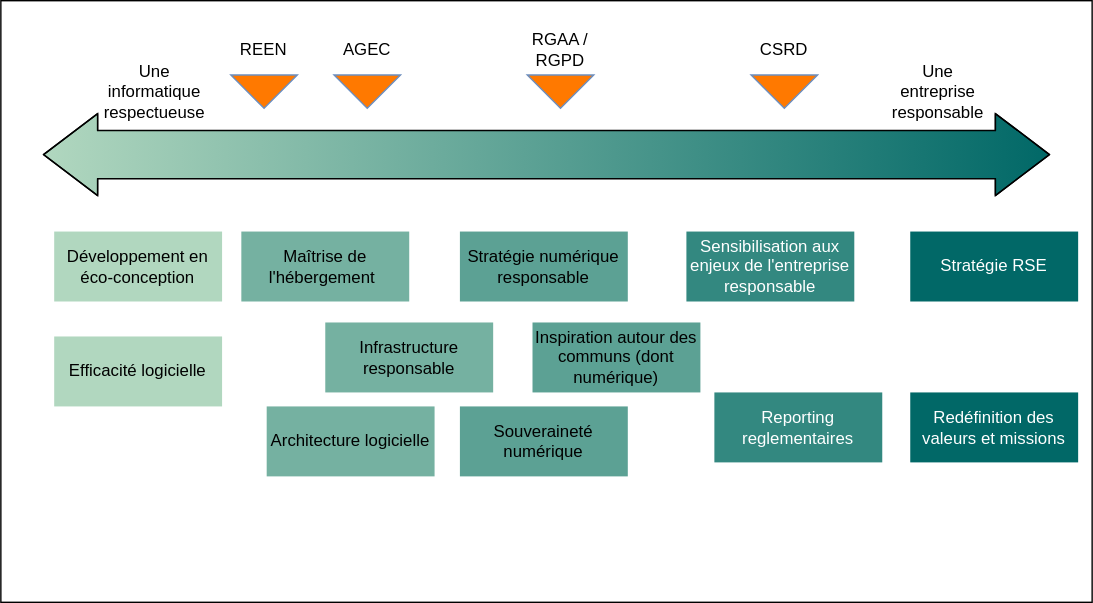
Above: static/img/expertises.drawio.svg in marc-bouvier/svelte-i18n-json-at-html (draw.io), before the change. Source tidied: cells renumbered, new cells last; positions are measured from the earlier drawing's top-left corner, leaving out a move shared by most shapes.
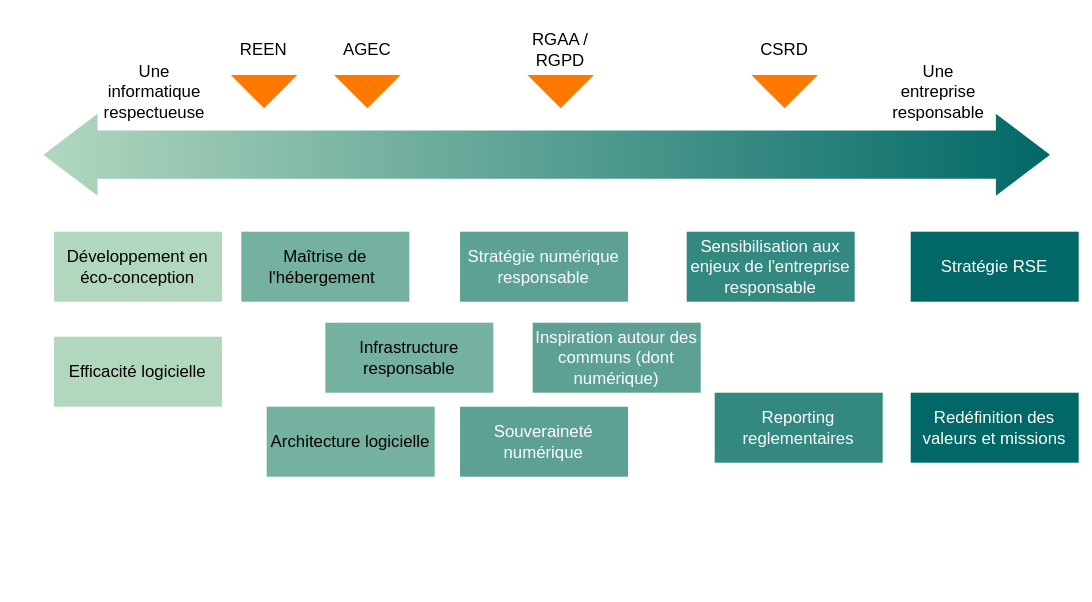
The same file after the commit.

Commit message:
fix: continuum : remove borders and improve text contrasts

Diff of the diagram source:
```diff
@@ -2,10 +2,10 @@
   <root>
     <mxCell id="0" />
     <mxCell id="1" parent="0" />
-    <mxCell id="2" style="rounded=0;whiteSpace=wrap;html=1;" parent="1" vertex="1">
+    <mxCell id="2" style="rounded=0;whiteSpace=wrap;html=1;strokeColor=none;" parent="1" vertex="1">
       <mxGeometry width="780" height="430" as="geometry" />
     </mxCell>
-    <mxCell id="3" style="shape=flexArrow;endArrow=classic;startArrow=classic;html=1;rounded=0;fillColor=#B1D7BF;gradientColor=#016867;gradientDirection=east;width=34.48275862068966;endSize=12.553333333333333;endWidth=23.115338882282995;startWidth=23.115338882282995;startSize=12.553333333333333;" parent="1" edge="1">
+    <mxCell id="3" style="shape=flexArrow;endArrow=classic;startArrow=classic;html=1;rounded=0;fillColor=#B1D7BF;gradientColor=#016867;gradientDirection=east;width=34.48275862068966;endSize=12.553333333333333;endWidth=23.115338882282995;startWidth=23.115338882282995;startSize=12.553333333333333;strokeColor=none;" parent="1" edge="1">
       <mxGeometry relative="1" as="geometry">
         <mxPoint x="750" y="110" as="sourcePoint" />
         <mxPoint x="30" y="110" as="targetPoint" />
@@ -14,34 +14,34 @@
         </Array>
       </mxGeometry>
     </mxCell>
-    <mxCell id="4" value="Une informatique respectueuse" style="text;html=1;align=center;verticalAlign=middle;whiteSpace=wrap;rounded=0;" parent="1" vertex="1">
+    <mxCell id="4" value="Une informatique respectueuse" style="text;html=1;align=center;verticalAlign=middle;whiteSpace=wrap;rounded=0;strokeColor=none;" parent="1" vertex="1">
       <mxGeometry x="80" y="50" width="60" height="30" as="geometry" />
     </mxCell>
-    <mxCell id="5" value="Une entreprise responsable" style="text;html=1;align=center;verticalAlign=middle;whiteSpace=wrap;rounded=0;" parent="1" vertex="1">
+    <mxCell id="5" value="Une entreprise responsable" style="text;html=1;align=center;verticalAlign=middle;whiteSpace=wrap;rounded=0;strokeColor=none;" parent="1" vertex="1">
       <mxGeometry x="640" y="50" width="60" height="30" as="geometry" />
     </mxCell>
-    <mxCell id="6" style="triangle;whiteSpace=wrap;html=1;rotation=-90;fillColor=#FF7900;strokeColor=#6c8ebf;direction=west;" parent="1" vertex="1">
+    <mxCell id="6" style="triangle;whiteSpace=wrap;html=1;rotation=-90;fillColor=#FF7900;strokeColor=none;direction=west;" parent="1" vertex="1">
       <mxGeometry x="176.3" y="41.2" width="23.8" height="47.5" as="geometry" />
     </mxCell>
-    <mxCell id="7" value="REEN" style="text;html=1;align=center;verticalAlign=middle;whiteSpace=wrap;rounded=0;" parent="1" vertex="1">
+    <mxCell id="7" value="REEN" style="text;html=1;align=center;verticalAlign=middle;whiteSpace=wrap;rounded=0;strokeColor=none;" parent="1" vertex="1">
       <mxGeometry x="158.1" y="20" width="60" height="30" as="geometry" />
     </mxCell>
-    <mxCell id="8" style="triangle;whiteSpace=wrap;html=1;rotation=-90;fillColor=#FF7900;strokeColor=#6c8ebf;direction=west;" parent="1" vertex="1">
+    <mxCell id="8" style="triangle;whiteSpace=wrap;html=1;rotation=-90;fillColor=#FF7900;strokeColor=none;direction=west;" parent="1" vertex="1">
       <mxGeometry x="250" y="41.2" width="23.8" height="47.5" as="geometry" />
     </mxCell>
-    <mxCell id="9" value="AGEC" style="text;html=1;align=center;verticalAlign=middle;whiteSpace=wrap;rounded=0;" parent="1" vertex="1">
+    <mxCell id="9" value="AGEC" style="text;html=1;align=center;verticalAlign=middle;whiteSpace=wrap;rounded=0;strokeColor=none;" parent="1" vertex="1">
       <mxGeometry x="231.9" y="20" width="60" height="30" as="geometry" />
     </mxCell>
-    <mxCell id="10" value="RGAA / RGPD" style="text;html=1;align=center;verticalAlign=middle;whiteSpace=wrap;rounded=0;" parent="1" vertex="1">
+    <mxCell id="10" value="RGAA / RGPD" style="text;html=1;align=center;verticalAlign=middle;whiteSpace=wrap;rounded=0;strokeColor=none;" parent="1" vertex="1">
       <mxGeometry x="370" y="20" width="60" height="30" as="geometry" />
     </mxCell>
-    <mxCell id="11" value="CSRD" style="text;html=1;align=center;verticalAlign=middle;whiteSpace=wrap;rounded=0;" parent="1" vertex="1">
+    <mxCell id="11" value="CSRD" style="text;html=1;align=center;verticalAlign=middle;whiteSpace=wrap;rounded=0;strokeColor=none;" parent="1" vertex="1">
       <mxGeometry x="530" y="20" width="60" height="30" as="geometry" />
     </mxCell>
     <mxCell id="12" value="Développement en éco-conception" style="rounded=0;whiteSpace=wrap;html=1;fillColor=#B1D7BF;fontColor=#000000;strokeColor=none;" parent="1" vertex="1">
       <mxGeometry x="38.1" y="165" width="120" height="50" as="geometry" />
     </mxCell>
-    <mxCell id="13" value="Maîtrise de l'hébergement&lt;span style=&quot;white-space: pre;&quot;&gt;&#9;&lt;/span&gt;" style="rounded=0;whiteSpace=wrap;html=1;fillColor=#75b1a1;fontColor=#000000;strokeColor=none;" parent="1" vertex="1">
+    <mxCell id="13" value="Maîtrise de l'hébergement&lt;span style=&quot;white-space: pre;&quot;&gt;&#9;&lt;/span&gt;" style="rounded=0;whiteSpace=wrap;html=1;fillColor=#75b1a1;fontColor=#000000;strokeColor=none;labelBackgroundColor=none;textShadow=0;labelBorderColor=none;" parent="1" vertex="1">
       <mxGeometry x="171.9" y="165" width="120" height="50" as="geometry" />
     </mxCell>
     <mxCell id="14" value="Efficacité logicielle" style="rounded=0;whiteSpace=wrap;html=1;fillColor=#B1D7BF;fontColor=#000000;strokeColor=none;" parent="1" vertex="1">
@@ -53,13 +53,13 @@
     <mxCell id="16" value="Architecture logicielle" style="rounded=0;whiteSpace=wrap;html=1;fillColor=#75B1A1;fontColor=#000000;strokeColor=none;" parent="1" vertex="1">
       <mxGeometry x="190" y="290" width="120" height="50" as="geometry" />
     </mxCell>
-    <mxCell id="17" value="Souveraineté numérique" style="rounded=0;whiteSpace=wrap;html=1;fillColor=#5CA194;fontColor=#000000;strokeColor=none;" parent="1" vertex="1">
+    <mxCell id="17" value="Souveraineté numérique" style="rounded=0;whiteSpace=wrap;html=1;fillColor=#5CA194;fontColor=#FFFFFF;strokeColor=none;" parent="1" vertex="1">
       <mxGeometry x="328.1" y="290" width="120" height="50" as="geometry" />
     </mxCell>
-    <mxCell id="18" value="Stratégie numérique responsable" style="rounded=0;whiteSpace=wrap;html=1;fillColor=#5ca194;fontColor=#000000;strokeColor=none;" parent="1" vertex="1">
+    <mxCell id="18" value="Stratégie numérique responsable" style="rounded=0;whiteSpace=wrap;html=1;fillColor=#5ca194;fontColor=#FFFFFF;strokeColor=none;" parent="1" vertex="1">
       <mxGeometry x="328.1" y="165" width="120" height="50" as="geometry" />
     </mxCell>
-    <mxCell id="19" value="Inspiration autour des communs (dont numérique)" style="rounded=0;whiteSpace=wrap;html=1;fillColor=#5CA194;fontColor=#000000;strokeColor=none;" parent="1" vertex="1">
+    <mxCell id="19" value="Inspiration autour des communs (dont numérique)" style="rounded=0;whiteSpace=wrap;html=1;fillColor=#5CA194;fontColor=#FFFFFF;strokeColor=none;" parent="1" vertex="1">
       <mxGeometry x="380" y="230" width="120" height="50" as="geometry" />
     </mxCell>
     <mxCell id="20" value="Sensibilisation aux enjeux de l'entreprise responsable" style="rounded=0;whiteSpace=wrap;html=1;fillColor=#338880;fontColor=#FFFFFF;strokeColor=none;" parent="1" vertex="1">
@@ -74,10 +74,10 @@
     <mxCell id="23" value="Redéfinition des valeurs et missions" style="rounded=0;whiteSpace=wrap;html=1;fillColor=#016867;fontColor=#FFFFFF;strokeColor=none;" parent="1" vertex="1">
       <mxGeometry x="650" y="280" width="120" height="50" as="geometry" />
     </mxCell>
-    <mxCell id="24" style="triangle;whiteSpace=wrap;html=1;rotation=-90;fillColor=#FF7900;strokeColor=#6c8ebf;direction=west;" parent="1" vertex="1">
+    <mxCell id="24" style="triangle;whiteSpace=wrap;html=1;rotation=-90;fillColor=#FF7900;strokeColor=none;direction=west;" parent="1" vertex="1">
       <mxGeometry x="388.1" y="41.2" width="23.8" height="47.5" as="geometry" />
     </mxCell>
-    <mxCell id="25" style="triangle;whiteSpace=wrap;html=1;rotation=-90;fillColor=#FF7900;strokeColor=#6c8ebf;direction=west;" parent="1" vertex="1">
+    <mxCell id="25" style="triangle;whiteSpace=wrap;html=1;rotation=-90;fillColor=#FF7900;strokeColor=none;direction=west;" parent="1" vertex="1">
       <mxGeometry x="548.1" y="41.2" width="23.8" height="47.5" as="geometry" />
     </mxCell>
   </root>
```
